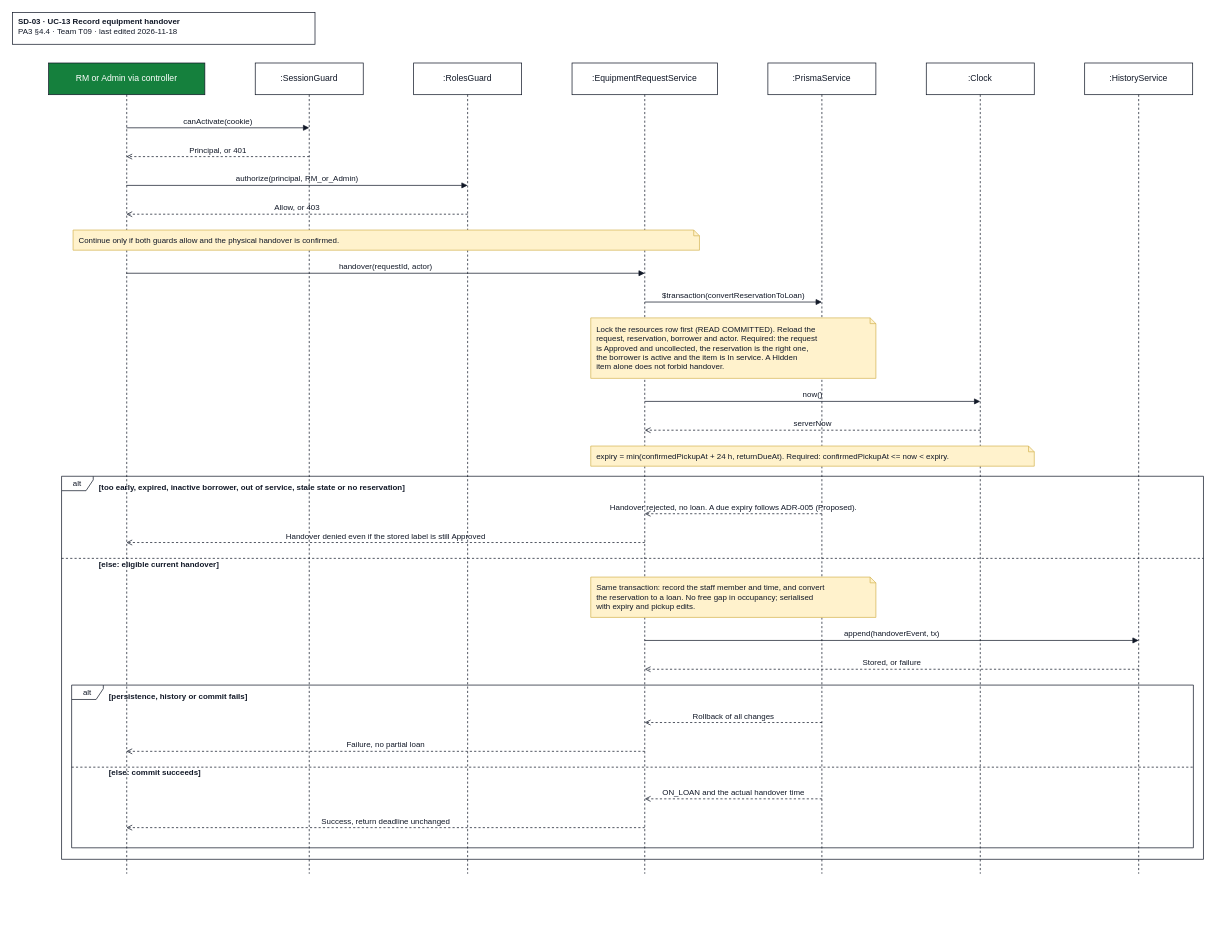
JuliaTrang/T09-CampusBorrow keeps this draw.io diagram as docs/design/diagrams/SD-03_uc13-handover.drawio. Above is the earlier version. Source tidied: cells renumbered, new cells numbered last; positions are measured from the earlier drawing's top-left corner, leaving out a move shared by most shapes. Both pictures are drawn from the tidied source at 72%, with x=0, y=0 at pixel (12, 12).
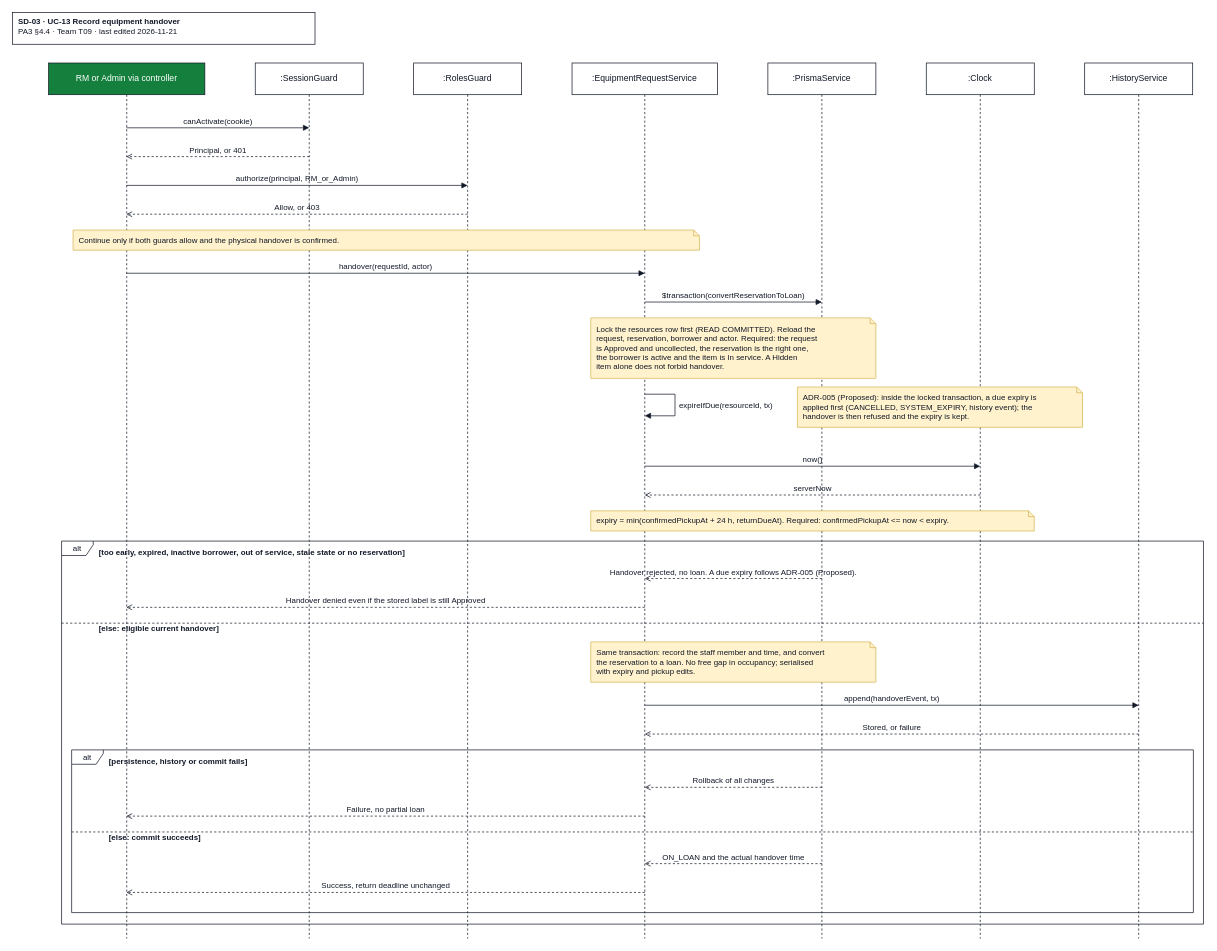
After the change.

Change to the diagram source:
```diff
@@
-    <mxCell id="2" value="&lt;b&gt;SD-03 · UC-13 Record equipment handover&lt;/b&gt;&lt;br&gt;PA3 §4.4 · Team T09 · last edited 2026-11-18" style="rounded=0;whiteSpace=wrap;html=1;align=left;verticalAlign=top;spacingLeft=6;strokeColor=#111827;fillColor=#ffffff;fontFamily=Arial;fontSize=11;fontColor=#111827;" parent="1" vertex="1">
+    <mxCell id="2" value="&lt;b&gt;SD-03 · UC-13 Record equipment handover&lt;/b&gt;&lt;br&gt;PA3 §4.4 · Team T09 · last edited 2026-11-21" style="rounded=0;whiteSpace=wrap;html=1;align=left;verticalAlign=top;spacingLeft=6;strokeColor=#111827;fillColor=#ffffff;fontFamily=Arial;fontSize=11;fontColor=#111827;" parent="1" vertex="1">
       <mxGeometry width="420" height="44" as="geometry" />
     </mxCell>
     <mxCell id="3" value="RM or Admin via controller" style="shape=umlLifeline;perimeter=lifelinePerimeter;whiteSpace=wrap;html=1;size=44;strokeColor=#111827;fillColor=#15803D;fontFamily=Arial;fontSize=12;fontColor=#ffffff;" parent="1" vertex="1">
-      <mxGeometry x="50" y="70" width="217" height="1126" as="geometry" />
+      <mxGeometry x="50" y="70" width="217" height="1216" as="geometry" />
     </mxCell>
     <mxCell id="4" value=":SessionGuard" style="shape=umlLifeline;perimeter=lifelinePerimeter;whiteSpace=wrap;html=1;size=44;strokeColor=#111827;fillColor=#ffffff;fontFamily=Arial;fontSize=12;fontColor=#111827;" parent="1" vertex="1">
-      <mxGeometry x="337" y="70" width="150" height="1126" as="geometry" />
+      <mxGeometry x="337" y="70" width="150" height="1216" as="geometry" />
     </mxCell>
     <mxCell id="5" value=":RolesGuard" style="shape=umlLifeline;perimeter=lifelinePerimeter;whiteSpace=wrap;html=1;size=44;strokeColor=#111827;fillColor=#ffffff;fontFamily=Arial;fontSize=12;fontColor=#111827;" parent="1" vertex="1">
-      <mxGeometry x="557" y="70" width="150" height="1126" as="geometry" />
+      <mxGeometry x="557" y="70" width="150" height="1216" as="geometry" />
     </mxCell>
     <mxCell id="6" value=":EquipmentRequestService" style="shape=umlLifeline;perimeter=lifelinePerimeter;whiteSpace=wrap;html=1;size=44;strokeColor=#111827;fillColor=#ffffff;fontFamily=Arial;fontSize=12;fontColor=#111827;" parent="1" vertex="1">
-      <mxGeometry x="777" y="70" width="202" height="1126" as="geometry" />
+      <mxGeometry x="777" y="70" width="202" height="1216" as="geometry" />
     </mxCell>
     <mxCell id="7" value=":PrismaService" style="shape=umlLifeline;perimeter=lifelinePerimeter;whiteSpace=wrap;html=1;size=44;strokeColor=#111827;fillColor=#ffffff;fontFamily=Arial;fontSize=12;fontColor=#111827;" parent="1" vertex="1">
-      <mxGeometry x="1049" y="70" width="150" height="1126" as="geometry" />
+      <mxGeometry x="1049" y="70" width="150" height="1216" as="geometry" />
     </mxCell>
     <mxCell id="8" value=":Clock" style="shape=umlLifeline;perimeter=lifelinePerimeter;whiteSpace=wrap;html=1;size=44;strokeColor=#111827;fillColor=#ffffff;fontFamily=Arial;fontSize=12;fontColor=#111827;" parent="1" vertex="1">
-      <mxGeometry x="1269" y="70" width="150" height="1126" as="geometry" />
+      <mxGeometry x="1269" y="70" width="150" height="1216" as="geometry" />
     </mxCell>
     <mxCell id="9" value=":HistoryService" style="shape=umlLifeline;perimeter=lifelinePerimeter;whiteSpace=wrap;html=1;size=44;strokeColor=#111827;fillColor=#ffffff;fontFamily=Arial;fontSize=12;fontColor=#111827;" parent="1" vertex="1">
-      <mxGeometry x="1489" y="70" width="150" height="1126" as="geometry" />
+      <mxGeometry x="1489" y="70" width="150" height="1216" as="geometry" />
     </mxCell>
     <mxCell id="10" value="alt" style="shape=umlFrame;whiteSpace=wrap;html=1;width=44;height=20;fillColor=none;strokeColor=#111827;fontFamily=Arial;fontSize=11;fontColor=#111827;" parent="1" vertex="1">
-      <mxGeometry x="82" y="934" width="1558" height="226" as="geometry" />
+      <mxGeometry x="82" y="1024" width="1558" height="226" as="geometry" />
     </mxCell>
     <mxCell id="11" value="[persistence, history or commit fails]" style="text;html=1;align=left;verticalAlign=middle;whiteSpace=wrap;fontStyle=1;fontFamily=Arial;fontSize=11;fontColor=#111827;" parent="1" vertex="1">
-      <mxGeometry x="132" y="940" width="1498" height="20" as="geometry" />
+      <mxGeometry x="132" y="1030" width="1498" height="20" as="geometry" />
     </mxCell>
     <mxCell id="12" value="[else: commit succeeds]" style="text;html=1;align=left;verticalAlign=middle;whiteSpace=wrap;fontStyle=1;fontFamily=Arial;fontSize=11;fontColor=#111827;" parent="1" vertex="1">
-      <mxGeometry x="132" y="1046" width="1498" height="20" as="geometry" />
+      <mxGeometry x="132" y="1136" width="1498" height="20" as="geometry" />
     </mxCell>
     <mxCell id="13" style="endArrow=none;dashed=1;html=1;strokeColor=#111827;" parent="1" edge="1">
       <mxGeometry relative="1" as="geometry">
-        <mxPoint x="82" y="1048" as="sourcePoint" />
-        <mxPoint x="1640" y="1048" as="targetPoint" />
+        <mxPoint x="82" y="1138" as="sourcePoint" />
+        <mxPoint x="1640" y="1138" as="targetPoint" />
       </mxGeometry>
     </mxCell>
     <mxCell id="14" value="alt" style="shape=umlFrame;whiteSpace=wrap;html=1;width=44;height=20;fillColor=none;strokeColor=#111827;fontFamily=Arial;fontSize=11;fontColor=#111827;" parent="1" vertex="1">
-      <mxGeometry x="68" y="644" width="1586" height="532" as="geometry" />
+      <mxGeometry x="68" y="734" width="1586" height="532" as="geometry" />
     </mxCell>
     <mxCell id="15" value="[too early, expired, inactive borrower, out of service, stale state or no reservation]" style="text;html=1;align=left;verticalAlign=middle;whiteSpace=wrap;fontStyle=1;fontFamily=Arial;fontSize=11;fontColor=#111827;" parent="1" vertex="1">
-      <mxGeometry x="118" y="650" width="1526" height="20" as="geometry" />
+      <mxGeometry x="118" y="740" width="1526" height="20" as="geometry" />
     </mxCell>
     <mxCell id="16" value="[else: eligible current handover]" style="text;html=1;align=left;verticalAlign=middle;whiteSpace=wrap;fontStyle=1;fontFamily=Arial;fontSize=11;fontColor=#111827;" parent="1" vertex="1">
-      <mxGeometry x="118" y="756" width="1526" height="20" as="geometry" />
+      <mxGeometry x="118" y="846" width="1526" height="20" as="geometry" />
     </mxCell>
     <mxCell id="17" style="endArrow=none;dashed=1;html=1;strokeColor=#111827;" parent="1" edge="1">
       <mxGeometry relative="1" as="geometry">
-        <mxPoint x="68" y="758" as="sourcePoint" />
-        <mxPoint x="1654" y="758" as="targetPoint" />
+        <mxPoint x="68" y="848" as="sourcePoint" />
+        <mxPoint x="1654" y="848" as="targetPoint" />
       </mxGeometry>
     </mxCell>
@@
     <mxCell id="20" value="expiry = min(confirmedPickupAt + 24 h, returnDueAt). Required: confirmedPickupAt &amp;lt;= now &amp;lt; expiry." style="shape=note;size=8;whiteSpace=wrap;html=1;align=left;verticalAlign=middle;spacingLeft=6;fillColor=#fff2cc;strokeColor=#d6b656;fontFamily=Arial;fontSize=11;fontColor=#111827;" parent="1" vertex="1">
-      <mxGeometry x="803" y="602" width="616" height="28" as="geometry" />
+      <mxGeometry x="803" y="692" width="616" height="28" as="geometry" />
     </mxCell>
     <mxCell id="21" value="Same transaction: record the staff member and time, and convert&lt;br&gt;the reservation to a loan. No free gap in occupancy; serialised&lt;br&gt;with expiry and pickup edits." style="shape=note;size=8;whiteSpace=wrap;html=1;align=left;verticalAlign=middle;spacingLeft=6;fillColor=#fff2cc;strokeColor=#d6b656;fontFamily=Arial;fontSize=11;fontColor=#111827;" parent="1" vertex="1">
-      <mxGeometry x="803" y="784" width="396" height="56" as="geometry" />
+      <mxGeometry x="803" y="874" width="396" height="56" as="geometry" />
     </mxCell>
@@
     <mxCell id="28" value="now()" style="html=1;verticalAlign=bottom;labelBackgroundColor=none;strokeColor=#111827;fontFamily=Arial;fontSize=11;fontColor=#111827;endArrow=block;endFill=1;" parent="1" edge="1">
       <mxGeometry relative="1" as="geometry">
-        <mxPoint x="878" y="540" as="sourcePoint" />
-        <mxPoint x="1344" y="540" as="targetPoint" />
+        <mxPoint x="878" y="630" as="sourcePoint" />
+        <mxPoint x="1344" y="630" as="targetPoint" />
       </mxGeometry>
     </mxCell>
     <mxCell id="29" value="serverNow" style="html=1;verticalAlign=bottom;labelBackgroundColor=none;strokeColor=#111827;fontFamily=Arial;fontSize=11;fontColor=#111827;dashed=1;endArrow=open;endFill=0;" parent="1" edge="1">
       <mxGeometry relative="1" as="geometry">
-        <mxPoint x="1344" y="580" as="sourcePoint" />
-        <mxPoint x="878" y="580" as="targetPoint" />
+        <mxPoint x="1344" y="670" as="sourcePoint" />
+        <mxPoint x="878" y="670" as="targetPoint" />
       </mxGeometry>
     </mxCell>
     <mxCell id="30" value="Handover rejected, no loan. A due expiry follows ADR-005 (Proposed)." style="html=1;verticalAlign=bottom;labelBackgroundColor=none;strokeColor=#111827;fontFamily=Arial;fontSize=11;fontColor=#111827;dashed=1;endArrow=open;endFill=0;" parent="1" edge="1">
       <mxGeometry relative="1" as="geometry">
-        <mxPoint x="1124" y="696" as="sourcePoint" />
-        <mxPoint x="878" y="696" as="targetPoint" />
+        <mxPoint x="1124" y="786" as="sourcePoint" />
+        <mxPoint x="878" y="786" as="targetPoint" />
       </mxGeometry>
     </mxCell>
     <mxCell id="31" value="Handover denied even if the stored label is still Approved" style="html=1;verticalAlign=bottom;labelBackgroundColor=none;strokeColor=#111827;fontFamily=Arial;fontSize=11;fontColor=#111827;dashed=1;endArrow=open;endFill=0;" parent="1" edge="1">
       <mxGeometry relative="1" as="geometry">
-        <mxPoint x="878" y="736" as="sourcePoint" />
-        <mxPoint x="158" y="736" as="targetPoint" />
+        <mxPoint x="878" y="826" as="sourcePoint" />
+        <mxPoint x="158" y="826" as="targetPoint" />
       </mxGeometry>
     </mxCell>
     <mxCell id="32" value="append(handoverEvent, tx)" style="html=1;verticalAlign=bottom;labelBackgroundColor=none;strokeColor=#111827;fontFamily=Arial;fontSize=11;fontColor=#111827;endArrow=block;endFill=1;" parent="1" edge="1">
       <mxGeometry relative="1" as="geometry">
-        <mxPoint x="878" y="872" as="sourcePoint" />
-        <mxPoint x="1564" y="872" as="targetPoint" />
+        <mxPoint x="878" y="962" as="sourcePoint" />
+        <mxPoint x="1564" y="962" as="targetPoint" />
       </mxGeometry>
     </mxCell>
     <mxCell id="33" value="Stored, or failure" style="html=1;verticalAlign=bottom;labelBackgroundColor=none;strokeColor=#111827;fontFamily=Arial;fontSize=11;fontColor=#111827;dashed=1;endArrow=open;endFill=0;" parent="1" edge="1">
       <mxGeometry relative="1" as="geometry">
-        <mxPoint x="1564" y="912" as="sourcePoint" />
-        <mxPoint x="878" y="912" as="targetPoint" />
+        <mxPoint x="1564" y="1002" as="sourcePoint" />
+        <mxPoint x="878" y="1002" as="targetPoint" />
       </mxGeometry>
     </mxCell>
     <mxCell id="34" value="Rollback of all changes" style="html=1;verticalAlign=bottom;labelBackgroundColor=none;strokeColor=#111827;fontFamily=Arial;fontSize=11;fontColor=#111827;dashed=1;endArrow=open;endFill=0;" parent="1" edge="1">
       <mxGeometry relative="1" as="geometry">
-        <mxPoint x="1124" y="986" as="sourcePoint" />
-        <mxPoint x="878" y="986" as="targetPoint" />
+        <mxPoint x="1124" y="1076" as="sourcePoint" />
+        <mxPoint x="878" y="1076" as="targetPoint" />
       </mxGeometry>
     </mxCell>
     <mxCell id="35" value="Failure, no partial loan" style="html=1;verticalAlign=bottom;labelBackgroundColor=none;strokeColor=#111827;fontFamily=Arial;fontSize=11;fontColor=#111827;dashed=1;endArrow=open;endFill=0;" parent="1" edge="1">
       <mxGeometry relative="1" as="geometry">
-        <mxPoint x="878" y="1026" as="sourcePoint" />
-        <mxPoint x="158" y="1026" as="targetPoint" />
+        <mxPoint x="878" y="1116" as="sourcePoint" />
+        <mxPoint x="158" y="1116" as="targetPoint" />
       </mxGeometry>
     </mxCell>
     <mxCell id="36" value="ON_LOAN and the actual handover time" style="html=1;verticalAlign=bottom;labelBackgroundColor=none;strokeColor=#111827;fontFamily=Arial;fontSize=11;fontColor=#111827;dashed=1;endArrow=open;endFill=0;" parent="1" edge="1">
       <mxGeometry relative="1" as="geometry">
-        <mxPoint x="1124" y="1092" as="sourcePoint" />
-        <mxPoint x="878" y="1092" as="targetPoint" />
+        <mxPoint x="1124" y="1182" as="sourcePoint" />
+        <mxPoint x="878" y="1182" as="targetPoint" />
       </mxGeometry>
     </mxCell>
     <mxCell id="37" value="Success, return deadline unchanged" style="html=1;verticalAlign=bottom;labelBackgroundColor=none;strokeColor=#111827;fontFamily=Arial;fontSize=11;fontColor=#111827;dashed=1;endArrow=open;endFill=0;" parent="1" edge="1">
       <mxGeometry relative="1" as="geometry">
-        <mxPoint x="878" y="1132" as="sourcePoint" />
-        <mxPoint x="158" y="1132" as="targetPoint" />
+        <mxPoint x="878" y="1222" as="sourcePoint" />
+        <mxPoint x="158" y="1222" as="targetPoint" />
       </mxGeometry>
     </mxCell>
+    <mxCell id="38" value="expireIfDue(resourceId, tx)" style="html=1;align=left;spacingLeft=4;verticalAlign=middle;labelBackgroundColor=none;strokeColor=#111827;fontFamily=Arial;fontSize=11;fontColor=#111827;endArrow=block;endFill=1;rounded=0;" parent="1" edge="1">
+      <mxGeometry relative="1" as="geometry">
+        <mxPoint x="878" y="530" as="sourcePoint" />
+        <mxPoint x="878" y="560" as="targetPoint" />
+        <Array as="points">
+          <mxPoint x="920" y="530" />
+          <mxPoint x="920" y="560" />
+        </Array>
+      </mxGeometry>
+    </mxCell>
+    <mxCell id="39" value="ADR-005 (Proposed): inside the locked transaction, a due expiry is&lt;br&gt;applied first (CANCELLED, SYSTEM_EXPIRY, history event); the&lt;br&gt;handover is then refused and the expiry is kept." style="shape=note;size=8;whiteSpace=wrap;html=1;align=left;verticalAlign=middle;spacingLeft=6;fillColor=#fff2cc;strokeColor=#d6b656;fontFamily=Arial;fontSize=11;fontColor=#111827;" parent="1" vertex="1">
+      <mxGeometry x="1090" y="520" width="396" height="56" as="geometry" />
+    </mxCell>
```
